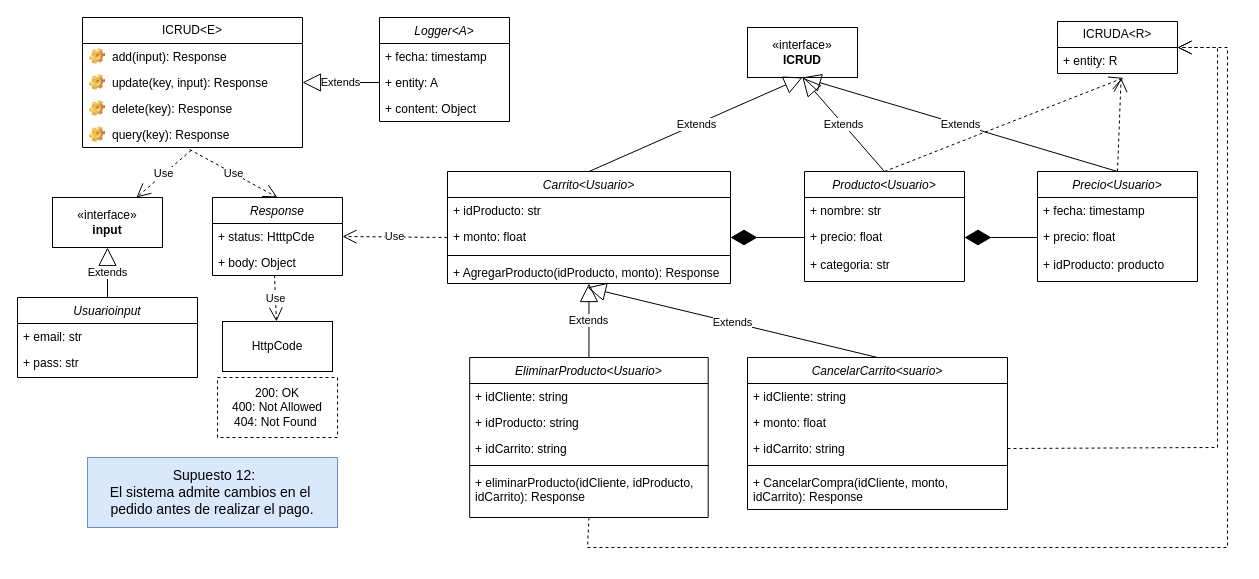
Before: Front-End_Sprint/Diagrama Supuesto12.drawio in Giggin-html/dwm4, a draw.io diagram. Source tidied: cells renumbered, new cells numbered last; positions are measured from the earlier drawing's top-left corner, leaving out a move shared by most shapes. Both pictures are drawn from the tidied source at 100%, with x=0, y=0 at pixel (17, 17).
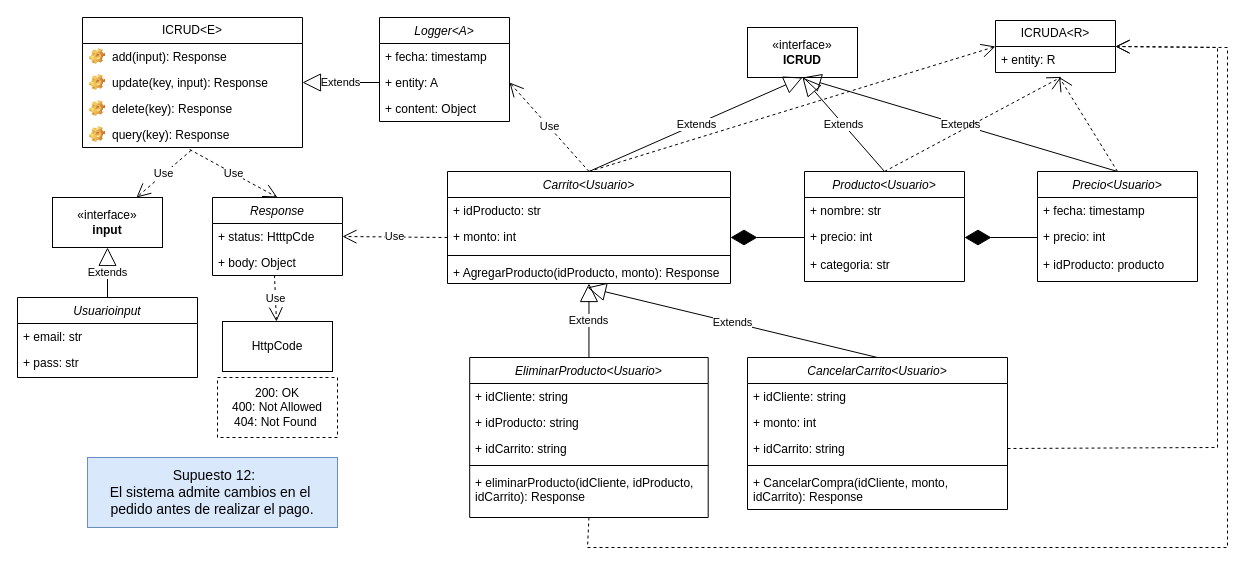
After the change.

Unchanged cells that the change refers to:
```xml
<mxCell id="31" value="+ entity: A" style="text;strokeColor=none;fillColor=none;align=left;verticalAlign=top;spacingLeft=4;spacingRight=4;overflow=hidden;points=[[0,0.5],[1,0.5]];portConstraint=eastwest;whiteSpace=wrap;html=1;" parent="29" vertex="1">
  <mxGeometry y="52" width="130" height="26" as="geometry" />
</mxCell>
<mxCell id="43" value="Carrito&lt;Usuario&gt;" style="swimlane;fontStyle=2;align=center;verticalAlign=top;horizontal=1;startSize=26;rounded=0;shadow=0;strokeWidth=1;" parent="1" vertex="1">
  <mxGeometry x="430" y="154" width="283" height="112" as="geometry" />
</mxCell>
<mxCell id="48" value="Producto&lt;Usuario&gt;" style="swimlane;fontStyle=2;align=center;verticalAlign=top;horizontal=1;startSize=26;rounded=0;shadow=0;strokeWidth=1;" parent="1" vertex="1">
  <mxGeometry x="787" y="154" width="160" height="110" as="geometry" />
</mxCell>
<mxCell id="52" value="Precio&lt;Usuario&gt;" style="swimlane;fontStyle=2;align=center;verticalAlign=top;horizontal=1;startSize=26;rounded=0;shadow=0;strokeWidth=1;" parent="1" vertex="1">
  <mxGeometry x="1020" y="154" width="160" height="110" as="geometry" />
</mxCell>
```

The edit, as a diff of the source:
```diff
@@
     <mxCell id="34" value="ICRUDA&amp;lt;R&amp;gt;" style="swimlane;fontStyle=0;horizontal=1;startSize=26;fillColor=none;whiteSpace=wrap;html=1;" parent="1" vertex="1">
-      <mxGeometry x="1040" y="4" width="120" height="52" as="geometry" />
+      <mxGeometry x="978" y="3" width="120" height="52" as="geometry" />
     </mxCell>
@@
-    <mxCell id="36" value="CancelarCarrito&lt;suario&gt;" style="swimlane;fontStyle=2;align=center;verticalAlign=top;horizontal=1;startSize=26;rounded=0;shadow=0;strokeWidth=1;" parent="1" vertex="1">
+    <mxCell id="36" value="CancelarCarrito&lt;Usuario&gt;" style="swimlane;fontStyle=2;align=center;verticalAlign=top;horizontal=1;startSize=26;rounded=0;shadow=0;strokeWidth=1;" parent="1" vertex="1">
       <mxGeometry x="730" y="340" width="260" height="152" as="geometry" />
     </mxCell>
@@
-    <mxCell id="38" value="+ monto: float" style="text;strokeColor=none;fillColor=none;align=left;verticalAlign=top;spacingLeft=4;spacingRight=4;overflow=hidden;whiteSpace=wrap;html=1;" parent="36" vertex="1">
+    <mxCell id="38" value="+ monto: int" style="text;strokeColor=none;fillColor=none;align=left;verticalAlign=top;spacingLeft=4;spacingRight=4;overflow=hidden;whiteSpace=wrap;html=1;" parent="36" vertex="1">
       <mxGeometry y="52" width="260" height="26" as="geometry" />
     </mxCell>
@@
-    <mxCell id="45" value="+ monto: float" style="text;strokeColor=none;fillColor=none;align=left;verticalAlign=top;spacingLeft=4;spacingRight=4;overflow=hidden;points=[[0,0.5],[1,0.5]];portConstraint=eastwest;whiteSpace=wrap;html=1;" parent="43" vertex="1">
+    <mxCell id="45" value="+ monto: int" style="text;strokeColor=none;fillColor=none;align=left;verticalAlign=top;spacingLeft=4;spacingRight=4;overflow=hidden;points=[[0,0.5],[1,0.5]];portConstraint=eastwest;whiteSpace=wrap;html=1;" parent="43" vertex="1">
       <mxGeometry y="52" width="283" height="28" as="geometry" />
     </mxCell>
@@
-    <mxCell id="50" value="+ precio: float" style="text;strokeColor=none;fillColor=none;align=left;verticalAlign=top;spacingLeft=4;spacingRight=4;overflow=hidden;points=[[0,0.5],[1,0.5]];portConstraint=eastwest;whiteSpace=wrap;html=1;" parent="48" vertex="1">
+    <mxCell id="50" value="+ precio: int" style="text;strokeColor=none;fillColor=none;align=left;verticalAlign=top;spacingLeft=4;spacingRight=4;overflow=hidden;points=[[0,0.5],[1,0.5]];portConstraint=eastwest;whiteSpace=wrap;html=1;" parent="48" vertex="1">
       <mxGeometry y="52" width="160" height="28" as="geometry" />
     </mxCell>
@@
-    <mxCell id="54" value="+ precio: float" style="text;strokeColor=none;fillColor=none;align=left;verticalAlign=top;spacingLeft=4;spacingRight=4;overflow=hidden;points=[[0,0.5],[1,0.5]];portConstraint=eastwest;whiteSpace=wrap;html=1;" parent="52" vertex="1">
+    <mxCell id="54" value="+ precio: int" style="text;strokeColor=none;fillColor=none;align=left;verticalAlign=top;spacingLeft=4;spacingRight=4;overflow=hidden;points=[[0,0.5],[1,0.5]];portConstraint=eastwest;whiteSpace=wrap;html=1;" parent="52" vertex="1">
       <mxGeometry y="52" width="160" height="28" as="geometry" />
     </mxCell>
@@
+    <mxCell id="66" value="Use" style="endArrow=open;endSize=12;dashed=1;html=1;rounded=0;entryX=1;entryY=0.5;entryDx=0;entryDy=0;exitX=0.5;exitY=0;exitDx=0;exitDy=0;" parent="1" edge="1" source="43" target="31">
+      <mxGeometry relative="1" as="geometry" />
+    </mxCell>
+    <mxCell id="67" style="endArrow=open;endSize=12;dashed=1;html=1;rounded=0;entryX=0;entryY=0.5;entryDx=0;entryDy=0;exitX=0.5;exitY=0;exitDx=0;exitDy=0;" parent="1" edge="1" source="43" target="34">
+      <mxGeometry relative="1" as="geometry" />
+    </mxCell>
```
